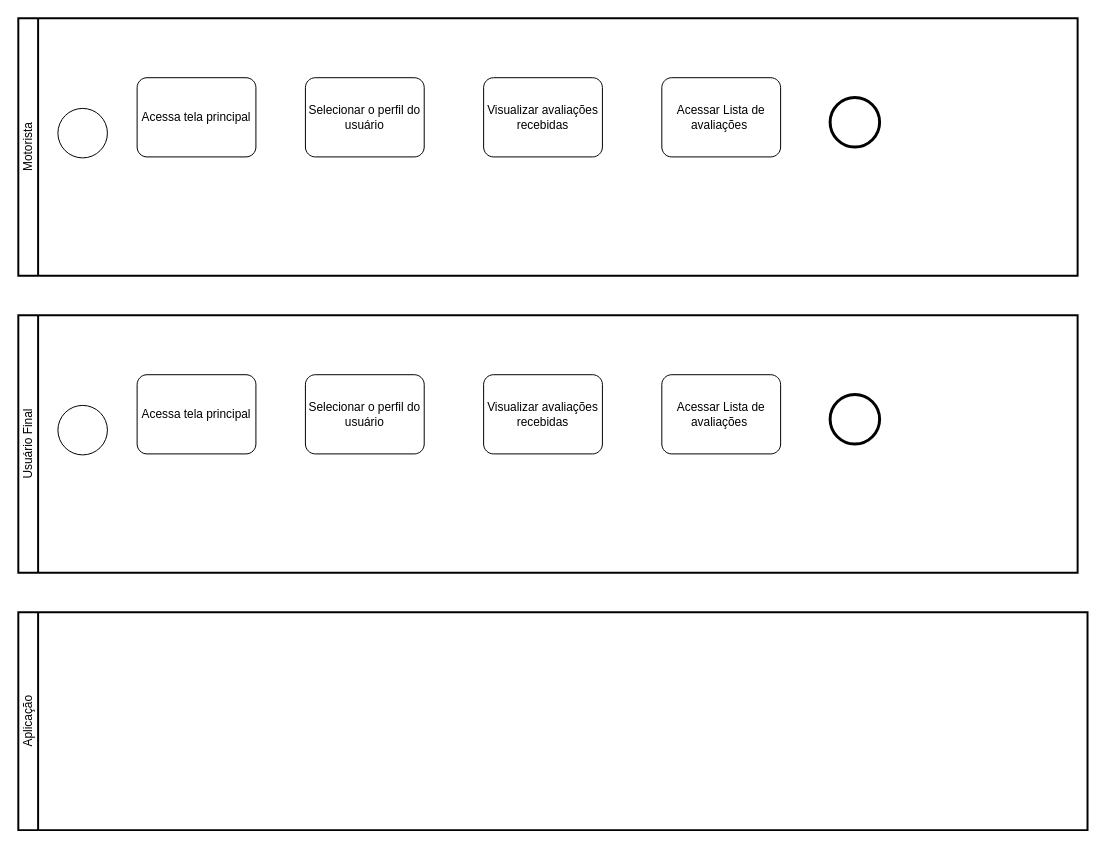
This is page "Acessar avaliação de perfil" (5 of 7) of Untitled Diagram.drawio from ICEI-PUC-Minas-PMV-ADS/Pet-s-Car, a draw.io file, before an edit. Source tidied: cells renumbered, new cells numbered last; positions are measured from the earlier drawing's top-left corner, leaving out a move shared by most shapes. Both pictures are drawn from the tidied source at 99%, with x=0, y=0 at pixel (18, 18).
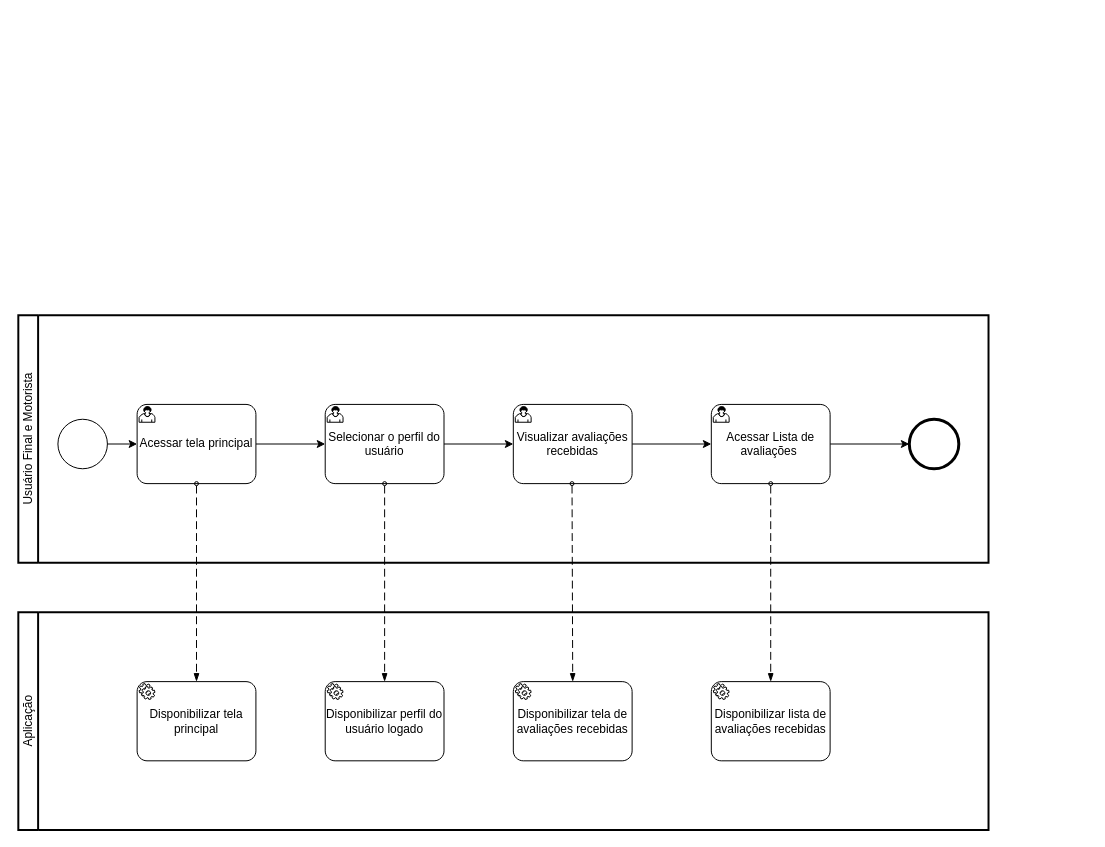
The same diagram, later.

Diff of the diagram source:
```diff
@@
+    <mxCell id="9" value="Aplicação" style="swimlane;html=1;startSize=20;fontStyle=0;horizontal=0;swimlaneLine=1;swimlaneFillColor=#ffffff;strokeWidth=2;whiteSpace=wrap;" parent="1" vertex="1">
+      <mxGeometry y="600" width="980" height="220" as="geometry" />
+    </mxCell>
+    <mxCell id="17" value="Disponibilizar tela principal" style="points=[[0.25,0,0],[0.5,0,0],[0.75,0,0],[1,0.25,0],[1,0.5,0],[1,0.75,0],[0.75,1,0],[0.5,1,0],[0.25,1,0],[0,0.75,0],[0,0.5,0],[0,0.25,0]];shape=mxgraph.bpmn.task;whiteSpace=wrap;rectStyle=rounded;size=10;html=1;taskMarker=service;" parent="9" vertex="1">
+      <mxGeometry x="120" y="70" width="120" height="80" as="geometry" />
+    </mxCell>
+    <mxCell id="18" value="Disponibilizar perfil do usuário logado" style="points=[[0.25,0,0],[0.5,0,0],[0.75,0,0],[1,0.25,0],[1,0.5,0],[1,0.75,0],[0.75,1,0],[0.5,1,0],[0.25,1,0],[0,0.75,0],[0,0.5,0],[0,0.25,0]];shape=mxgraph.bpmn.task;whiteSpace=wrap;rectStyle=rounded;size=10;html=1;taskMarker=service;" parent="9" vertex="1">
+      <mxGeometry x="310" y="70" width="120" height="80" as="geometry" />
+    </mxCell>
+    <mxCell id="19" value="Disponibilizar tela de avaliações recebidas" style="points=[[0.25,0,0],[0.5,0,0],[0.75,0,0],[1,0.25,0],[1,0.5,0],[1,0.75,0],[0.75,1,0],[0.5,1,0],[0.25,1,0],[0,0.75,0],[0,0.5,0],[0,0.25,0]];shape=mxgraph.bpmn.task;whiteSpace=wrap;rectStyle=rounded;size=10;html=1;taskMarker=service;" parent="9" vertex="1">
+      <mxGeometry x="500" y="70" width="120" height="80" as="geometry" />
+    </mxCell>
+    <mxCell id="20" value="Disponibilizar lista de avaliações recebidas" style="points=[[0.25,0,0],[0.5,0,0],[0.75,0,0],[1,0.25,0],[1,0.5,0],[1,0.75,0],[0.75,1,0],[0.5,1,0],[0.25,1,0],[0,0.75,0],[0,0.5,0],[0,0.25,0]];shape=mxgraph.bpmn.task;whiteSpace=wrap;rectStyle=rounded;size=10;html=1;taskMarker=service;" parent="9" vertex="1">
+      <mxGeometry x="700" y="70" width="120" height="80" as="geometry" />
+    </mxCell>
-    <mxCell id="2" value="Usuário Final" style="swimlane;html=1;startSize=20;fontStyle=0;horizontal=0;swimlaneLine=1;swimlaneFillColor=#ffffff;strokeWidth=2;whiteSpace=wrap;" parent="1" vertex="1">
-      <mxGeometry y="300" width="1070" height="260" as="geometry" />
+    <mxCell id="2" value="Usuário Final e Motorista" style="swimlane;html=1;startSize=20;fontStyle=0;horizontal=0;swimlaneLine=1;swimlaneFillColor=#ffffff;strokeWidth=2;whiteSpace=wrap;" parent="1" vertex="1">
+      <mxGeometry y="300" width="980" height="250" as="geometry" />
     </mxCell>
+    <mxCell id="21" style="edgeStyle=orthogonalEdgeStyle;rounded=0;jettySize=auto;html=1;exitX=1;exitY=0.5;exitDx=0;exitDy=0;exitPerimeter=0;entryX=0;entryY=0.5;entryDx=0;entryDy=0;entryPerimeter=0;" parent="2" edge="1" source="3" target="4">
+      <mxGeometry relative="1" as="geometry" />
+    </mxCell>
-    <mxCell id="3" value="Acessa tela principal" style="points=[[0.25,0,0],[0.5,0,0],[0.75,0,0],[1,0.25,0],[1,0.5,0],[1,0.75,0],[0.75,1,0],[0.5,1,0],[0.25,1,0],[0,0.75,0],[0,0.5,0],[0,0.25,0]];shape=mxgraph.bpmn.task;whiteSpace=wrap;rectStyle=rounded;size=10;html=1;taskMarker=abstract;" parent="2" vertex="1">
-      <mxGeometry x="120" y="60" width="120" height="80" as="geometry" />
+    <mxCell id="3" value="Acessar tela principal" style="points=[[0.25,0,0],[0.5,0,0],[0.75,0,0],[1,0.25,0],[1,0.5,0],[1,0.75,0],[0.75,1,0],[0.5,1,0],[0.25,1,0],[0,0.75,0],[0,0.5,0],[0,0.25,0]];shape=mxgraph.bpmn.task;whiteSpace=wrap;rectStyle=rounded;size=10;html=1;taskMarker=user;" parent="2" vertex="1">
+      <mxGeometry x="120" y="90" width="120" height="80" as="geometry" />
     </mxCell>
+    <mxCell id="22" style="edgeStyle=orthogonalEdgeStyle;rounded=0;jettySize=auto;html=1;exitX=1;exitY=0.5;exitDx=0;exitDy=0;exitPerimeter=0;" parent="2" edge="1" source="4" target="5">
+      <mxGeometry relative="1" as="geometry" />
+    </mxCell>
-    <mxCell id="4" value="Selecionar o perfil do usuário" style="points=[[0.25,0,0],[0.5,0,0],[0.75,0,0],[1,0.25,0],[1,0.5,0],[1,0.75,0],[0.75,1,0],[0.5,1,0],[0.25,1,0],[0,0.75,0],[0,0.5,0],[0,0.25,0]];shape=mxgraph.bpmn.task;whiteSpace=wrap;rectStyle=rounded;size=10;html=1;taskMarker=abstract;" parent="2" vertex="1">
-      <mxGeometry x="290" y="60" width="120" height="80" as="geometry" />
+    <mxCell id="4" value="Selecionar o perfil do usuário" style="points=[[0.25,0,0],[0.5,0,0],[0.75,0,0],[1,0.25,0],[1,0.5,0],[1,0.75,0],[0.75,1,0],[0.5,1,0],[0.25,1,0],[0,0.75,0],[0,0.5,0],[0,0.25,0]];shape=mxgraph.bpmn.task;whiteSpace=wrap;rectStyle=rounded;size=10;html=1;taskMarker=user;" parent="2" vertex="1">
+      <mxGeometry x="310" y="90" width="120" height="80" as="geometry" />
     </mxCell>
+    <mxCell id="23" style="edgeStyle=orthogonalEdgeStyle;rounded=0;jettySize=auto;html=1;exitX=1;exitY=0.5;exitDx=0;exitDy=0;exitPerimeter=0;entryX=0;entryY=0.5;entryDx=0;entryDy=0;entryPerimeter=0;" parent="2" edge="1" source="5" target="6">
+      <mxGeometry relative="1" as="geometry" />
+    </mxCell>
-    <mxCell id="5" value="Visualizar avaliações recebidas" style="points=[[0.25,0,0],[0.5,0,0],[0.75,0,0],[1,0.25,0],[1,0.5,0],[1,0.75,0],[0.75,1,0],[0.5,1,0],[0.25,1,0],[0,0.75,0],[0,0.5,0],[0,0.25,0]];shape=mxgraph.bpmn.task;whiteSpace=wrap;rectStyle=rounded;size=10;html=1;taskMarker=abstract;" parent="2" vertex="1">
-      <mxGeometry x="470" y="60" width="120" height="80" as="geometry" />
+    <mxCell id="5" value="Visualizar avaliações recebidas" style="points=[[0.25,0,0],[0.5,0,0],[0.75,0,0],[1,0.25,0],[1,0.5,0],[1,0.75,0],[0.75,1,0],[0.5,1,0],[0.25,1,0],[0,0.75,0],[0,0.5,0],[0,0.25,0]];shape=mxgraph.bpmn.task;whiteSpace=wrap;rectStyle=rounded;size=10;html=1;taskMarker=user;" parent="2" vertex="1">
+      <mxGeometry x="500" y="90" width="120" height="80" as="geometry" />
     </mxCell>
+    <mxCell id="24" style="edgeStyle=orthogonalEdgeStyle;rounded=0;jettySize=auto;html=1;exitX=1;exitY=0.5;exitDx=0;exitDy=0;exitPerimeter=0;entryX=0;entryY=0.5;entryDx=0;entryDy=0;entryPerimeter=0;" parent="2" edge="1" source="6" target="7">
+      <mxGeometry relative="1" as="geometry" />
+    </mxCell>
-    <mxCell id="6" value="Acessar Lista de avaliações&amp;nbsp;" style="points=[[0.25,0,0],[0.5,0,0],[0.75,0,0],[1,0.25,0],[1,0.5,0],[1,0.75,0],[0.75,1,0],[0.5,1,0],[0.25,1,0],[0,0.75,0],[0,0.5,0],[0,0.25,0]];shape=mxgraph.bpmn.task;whiteSpace=wrap;rectStyle=rounded;size=10;html=1;taskMarker=abstract;" parent="2" vertex="1">
-      <mxGeometry x="650" y="60" width="120" height="80" as="geometry" />
+    <mxCell id="6" value="Acessar Lista de avaliações&amp;nbsp;" style="points=[[0.25,0,0],[0.5,0,0],[0.75,0,0],[1,0.25,0],[1,0.5,0],[1,0.75,0],[0.75,1,0],[0.5,1,0],[0.25,1,0],[0,0.75,0],[0,0.5,0],[0,0.25,0]];shape=mxgraph.bpmn.task;whiteSpace=wrap;rectStyle=rounded;size=10;html=1;taskMarker=user;" parent="2" vertex="1">
+      <mxGeometry x="700" y="90" width="120" height="80" as="geometry" />
     </mxCell>
     <mxCell id="7" style="points=[[0.145,0.145,0],[0.5,0,0],[0.855,0.145,0],[1,0.5,0],[0.855,0.855,0],[0.5,1,0],[0.145,0.855,0],[0,0.5,0]];shape=mxgraph.bpmn.event;html=1;verticalLabelPosition=bottom;labelBackgroundColor=#ffffff;verticalAlign=top;align=center;perimeter=ellipsePerimeter;outlineConnect=0;outline=end;symbol=terminate2;" parent="2" vertex="1">
-      <mxGeometry x="820" y="80" width="50" height="50" as="geometry" />
+      <mxGeometry x="900" y="105" width="50" height="50" as="geometry" />
     </mxCell>
+    <mxCell id="25" style="edgeStyle=orthogonalEdgeStyle;rounded=0;jettySize=auto;html=1;exitX=1;exitY=0.5;exitDx=0;exitDy=0;exitPerimeter=0;entryX=0;entryY=0.5;entryDx=0;entryDy=0;entryPerimeter=0;" parent="2" edge="1" source="8" target="3">
+      <mxGeometry relative="1" as="geometry" />
+    </mxCell>
     <mxCell id="8" style="points=[[0.145,0.145,0],[0.5,0,0],[0.855,0.145,0],[1,0.5,0],[0.855,0.855,0],[0.5,1,0],[0.145,0.855,0],[0,0.5,0]];shape=mxgraph.bpmn.event;html=1;verticalLabelPosition=bottom;labelBackgroundColor=#ffffff;verticalAlign=top;align=center;perimeter=ellipsePerimeter;outlineConnect=0;outline=standard;symbol=general;" parent="2" vertex="1">
-      <mxGeometry x="40" y="91" width="50" height="50" as="geometry" />
+      <mxGeometry x="40" y="105" width="50" height="50" as="geometry" />
     </mxCell>
-    <mxCell id="9" value="Aplicação" style="swimlane;html=1;startSize=20;fontStyle=0;horizontal=0;swimlaneLine=1;swimlaneFillColor=#ffffff;strokeWidth=2;whiteSpace=wrap;" parent="1" vertex="1">
-      <mxGeometry y="600" width="1080" height="220" as="geometry" />
-    </mxCell>
-    <mxCell id="10" value="Motorista" style="swimlane;html=1;startSize=20;fontStyle=0;horizontal=0;swimlaneLine=1;swimlaneFillColor=#ffffff;strokeWidth=2;whiteSpace=wrap;" parent="1" vertex="1">
-      <mxGeometry width="1070" height="260" as="geometry" />
-    </mxCell>
-    <mxCell id="11" value="Acessa tela principal" style="shape=mxgraph.bpmn.task;whiteSpace=wrap;rectStyle=rounded;size=10;html=1;taskMarker=abstract;" parent="10" vertex="1">
-      <mxGeometry x="120" y="60" width="120" height="80" as="geometry" />
-    </mxCell>
-    <mxCell id="12" value="Selecionar o perfil do usuário" style="shape=mxgraph.bpmn.task;whiteSpace=wrap;rectStyle=rounded;size=10;html=1;taskMarker=abstract;" parent="10" vertex="1">
-      <mxGeometry x="290" y="60" width="120" height="80" as="geometry" />
-    </mxCell>
-    <mxCell id="13" value="Visualizar avaliações recebidas" style="shape=mxgraph.bpmn.task;whiteSpace=wrap;rectStyle=rounded;size=10;html=1;taskMarker=abstract;" parent="10" vertex="1">
-      <mxGeometry x="470" y="60" width="120" height="80" as="geometry" />
-    </mxCell>
-    <mxCell id="14" value="Acessar Lista de avaliações&amp;nbsp;" style="shape=mxgraph.bpmn.task;whiteSpace=wrap;rectStyle=rounded;size=10;html=1;taskMarker=abstract;" parent="10" vertex="1">
-      <mxGeometry x="650" y="60" width="120" height="80" as="geometry" />
-    </mxCell>
-    <mxCell id="15" style="shape=mxgraph.bpmn.event;html=1;verticalLabelPosition=bottom;labelBackgroundColor=#ffffff;verticalAlign=top;align=center;perimeter=ellipsePerimeter;outline=end;symbol=terminate2;" parent="10" vertex="1">
-      <mxGeometry x="820" y="80" width="50" height="50" as="geometry" />
-    </mxCell>
-    <mxCell id="16" style="shape=mxgraph.bpmn.event;html=1;verticalLabelPosition=bottom;labelBackgroundColor=#ffffff;verticalAlign=top;align=center;perimeter=ellipsePerimeter;outline=standard;symbol=general;" parent="10" vertex="1">
-      <mxGeometry x="40" y="91" width="50" height="50" as="geometry" />
-    </mxCell>
+    <mxCell id="26" style="dashed=1;dashPattern=8 4;endArrow=blockThin;endFill=1;startArrow=oval;startFill=0;endSize=6;startSize=4;html=1;rounded=0;exitX=0.5;exitY=1;exitDx=0;exitDy=0;exitPerimeter=0;entryX=0.5;entryY=0;entryDx=0;entryDy=0;entryPerimeter=0;" parent="2" edge="1" target="19">
+      <mxGeometry relative="1" as="geometry">
+        <mxPoint x="559.3" y="170" as="sourcePoint" />
+      </mxGeometry>
+    </mxCell>
+    <mxCell id="27" style="dashed=1;dashPattern=8 4;endArrow=blockThin;endFill=1;startArrow=oval;startFill=0;endSize=6;startSize=4;html=1;rounded=0;exitX=0.5;exitY=1;exitDx=0;exitDy=0;exitPerimeter=0;entryX=0.5;entryY=0;entryDx=0;entryDy=0;entryPerimeter=0;" parent="1" edge="1" source="3" target="17">
+      <mxGeometry relative="1" as="geometry" />
+    </mxCell>
+    <mxCell id="28" style="dashed=1;dashPattern=8 4;endArrow=blockThin;endFill=1;startArrow=oval;startFill=0;endSize=6;startSize=4;html=1;rounded=0;exitX=0.5;exitY=1;exitDx=0;exitDy=0;exitPerimeter=0;" parent="1" edge="1" source="4" target="18">
+      <mxGeometry relative="1" as="geometry" />
+    </mxCell>
+    <mxCell id="29" style="dashed=1;dashPattern=8 4;endArrow=blockThin;endFill=1;startArrow=oval;startFill=0;endSize=6;startSize=4;html=1;rounded=0;exitX=0.5;exitY=1;exitDx=0;exitDy=0;exitPerimeter=0;entryX=0.5;entryY=0;entryDx=0;entryDy=0;entryPerimeter=0;" parent="1" edge="1" source="6" target="20">
+      <mxGeometry relative="1" as="geometry" />
+    </mxCell>
```
